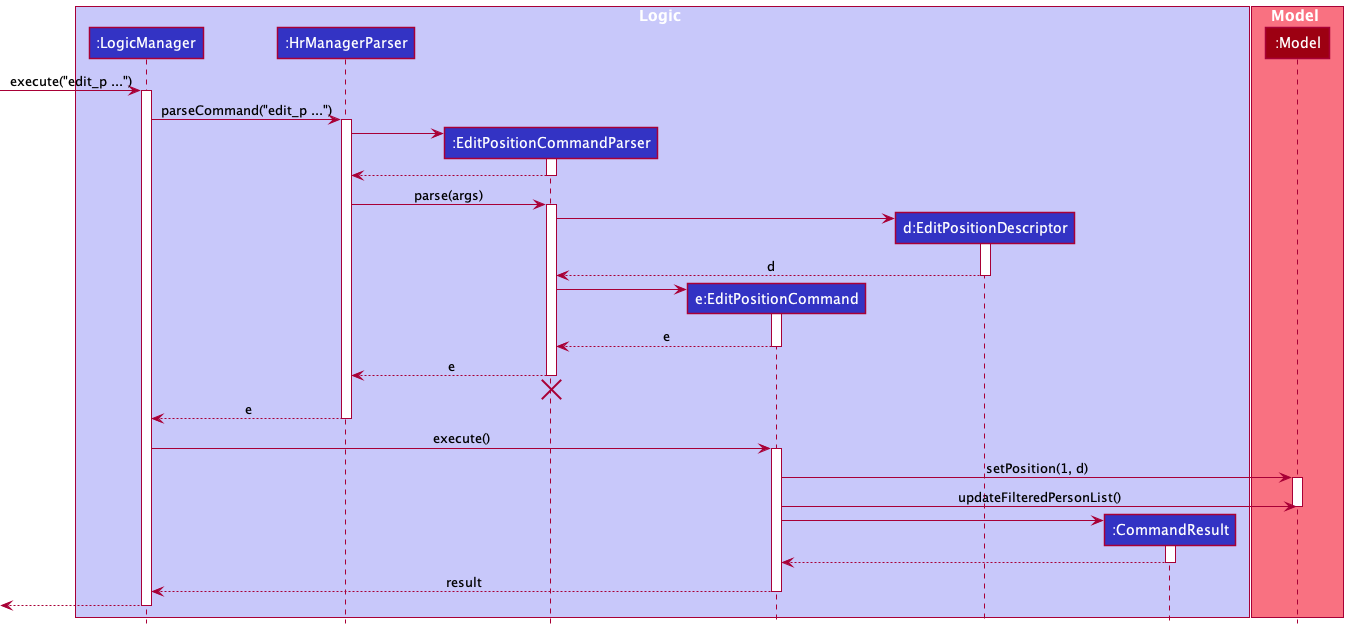
This is docs/images/EditPositionSequenceDiagram.png from seaweediman/tp, a PlantUML export, as it was before one commit.
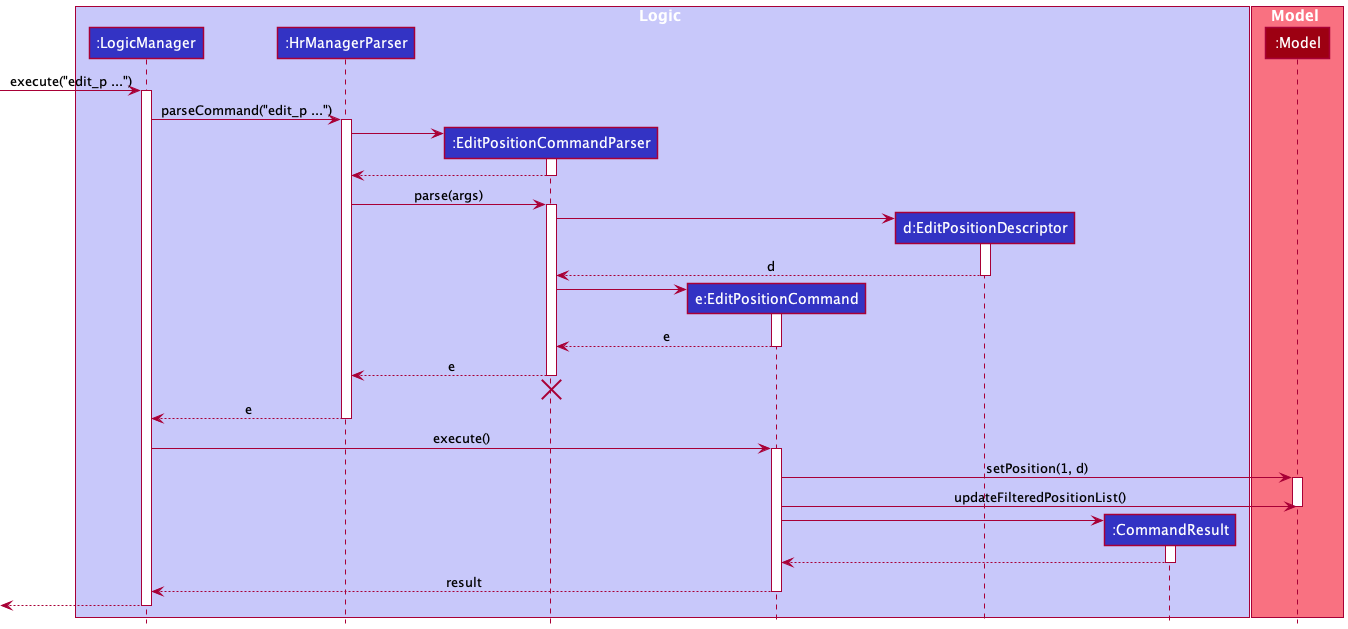
Later version of the same file.

Commit message:
Correct typo and sequence diagram

Diff of the diagram source:
```diff
@@ -58,7 +58,7 @@
 EditPositionCommand -> Model : setPosition(1, d)
 activate Model
 
-EditPositionCommand -> Model : updateFilteredPersonList()
+EditPositionCommand -> Model : updateFilteredPositionList()
 deactivate Model
 
 create CommandResult
```
